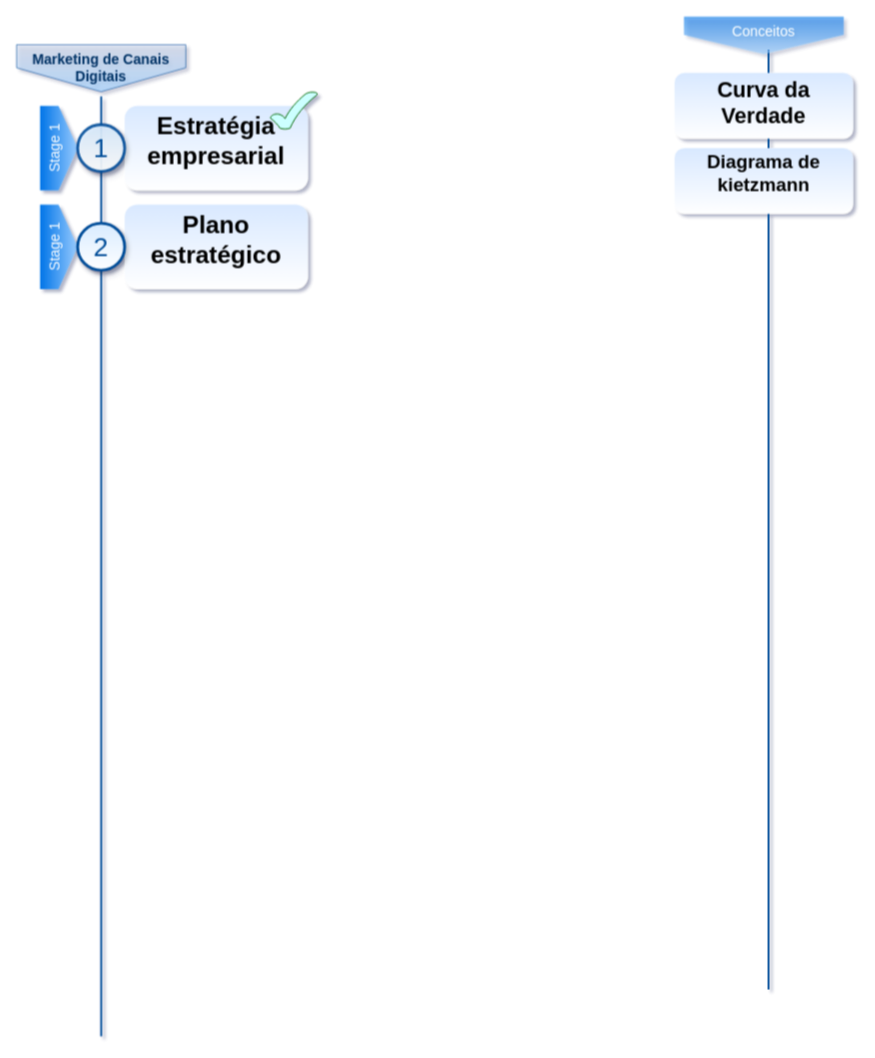
Before: diagramas/CurvaDaVerdade.drawio in BrunoMRTZ/labcx, a draw.io diagram. Source tidied: cells renumbered, new cells numbered last; positions are measured from the earlier drawing's top-left corner, leaving out a move shared by most shapes. Both pictures are drawn from the tidied source at 94%, with x=0, y=0 at pixel (-369, 16).
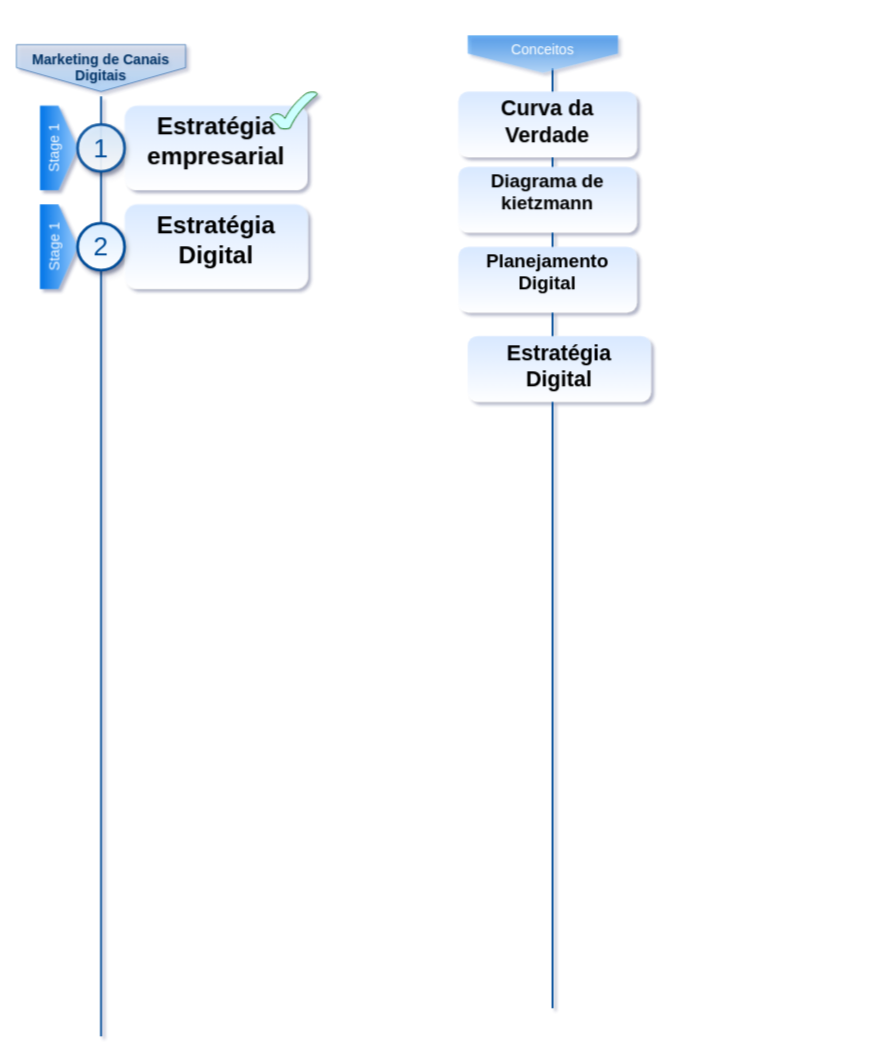
After the change.

The edit, as a diff of the source:
```diff
@@
 <mxGraphModel background="#ffffff" shadow="1">
   <root>
     <mxCell id="0" />
     <mxCell id="1" parent="0" />
     <mxCell id="2" style="line;strokeWidth=2;html=1;fillColor=none;fontSize=28;fontColor=#004D99;strokeColor=#004D99;rotation=90;" parent="1" vertex="1">
-      <mxGeometry x="710" y="530" width="1000" height="10" as="geometry" />
+      <mxGeometry x="480" y="550" width="1000" height="10" as="geometry" />
     </mxCell>
     <mxCell id="3" value="Stage 1" style="shape=offPageConnector;whiteSpace=wrap;html=1;fillColor=#0075E8;fontSize=15;fontColor=#FFFFFF;size=0.5093750000000015;verticalAlign=top;strokeColor=none;rotation=-90;gradientColor=#99CCFF;" parent="1" vertex="1">
       <mxGeometry x="410" y="120" width="90" height="40" as="geometry" />
     </mxCell>
     <mxCell id="4" value="&lt;h1&gt;Estratégia empresarial&lt;/h1&gt;" style="text;html=1;spacing=5;spacingTop=-20;whiteSpace=wrap;overflow=hidden;strokeColor=none;strokeWidth=3;fillColor=#D9E9FF;fontSize=13;fontColor=#000000;align=center;rounded=1;gradientColor=#FFFFFF;" parent="1" vertex="1">
       <mxGeometry x="525" y="95" width="195" height="90" as="geometry" />
     </mxCell>
     <mxCell id="5" value="&lt;font color=&quot;#003366&quot;&gt;&lt;b&gt;Marketing de Canais Digitais&lt;/b&gt;&lt;/font&gt;" style="shape=offPageConnector;whiteSpace=wrap;html=1;fillColor=#CCD4E8;fontSize=15;fontColor=#FFFFFF;size=0.5093750000000015;verticalAlign=top;strokeColor=#004C99;rotation=0;gradientColor=#99CCFF;opacity=60;" parent="1" vertex="1">
       <mxGeometry x="410" y="30" width="180" height="50" as="geometry" />
     </mxCell>
     <mxCell id="6" value="&lt;h1 style=&quot;font-size: 23px;&quot;&gt;&lt;font style=&quot;font-size: 23px;&quot;&gt;Curva da Verdade&lt;/font&gt;&lt;/h1&gt;" style="text;html=1;spacing=5;spacingTop=-20;whiteSpace=wrap;overflow=hidden;strokeColor=none;strokeWidth=3;fillColor=#D9E9FF;fontSize=23;fontColor=#000000;align=center;rounded=1;gradientColor=#FFFFFF;" parent="1" vertex="1">
-      <mxGeometry x="1110" y="60" width="190" height="70" as="geometry" />
+      <mxGeometry x="880" y="80" width="190" height="70" as="geometry" />
     </mxCell>
     <mxCell id="7" value="Conceitos" style="shape=offPageConnector;whiteSpace=wrap;html=1;fillColor=#0075E8;fontSize=15;fontColor=#FFFFFF;size=0.5093750000000015;verticalAlign=top;strokeColor=none;rotation=0;gradientColor=#99CCFF;opacity=60;" parent="1" vertex="1">
-      <mxGeometry x="1120" width="170" height="40" as="geometry" />
+      <mxGeometry x="890" y="20" width="160" height="40" as="geometry" />
     </mxCell>
     <mxCell id="8" value="&lt;h1 style=&quot;font-size: 20px;&quot;&gt;Diagrama de kietzmann&lt;br style=&quot;font-size: 20px;&quot;&gt;&lt;/h1&gt;" style="text;html=1;spacing=5;spacingTop=-20;whiteSpace=wrap;overflow=hidden;strokeColor=none;strokeWidth=3;fillColor=#D9E9FF;fontSize=20;fontColor=#000000;align=center;rounded=1;gradientColor=#FFFFFF;" parent="1" vertex="1">
-      <mxGeometry x="1110" y="140" width="190" height="70" as="geometry" />
+      <mxGeometry x="880" y="160" width="190" height="70" as="geometry" />
     </mxCell>
     <mxCell id="9" style="verticalLabelPosition=bottom;verticalAlign=top;html=1;shape=mxgraph.basic.tick;fillColor=#CCFFFF;strokeColor=#006600;gradientColor=none;" parent="1" vertex="1">
       <mxGeometry x="680" y="80" width="50" height="40" as="geometry" />
     </mxCell>
     <mxCell id="10" value="Stage 1" style="shape=offPageConnector;whiteSpace=wrap;html=1;fillColor=#0075E8;fontSize=15;fontColor=#FFFFFF;size=0.5093750000000015;verticalAlign=top;strokeColor=none;rotation=-90;gradientColor=#99CCFF;" parent="1" vertex="1">
       <mxGeometry x="410" y="225" width="90" height="40" as="geometry" />
     </mxCell>
-    <mxCell id="11" value="&lt;h1&gt;Plano estratégico&lt;/h1&gt;&lt;p&gt;&lt;br&gt;&lt;/p&gt;" style="text;html=1;spacing=5;spacingTop=-20;whiteSpace=wrap;overflow=hidden;strokeColor=none;strokeWidth=3;fillColor=#D9E9FF;fontSize=13;fontColor=#000000;align=center;rounded=1;gradientColor=#FFFFFF;" parent="1" vertex="1">
+    <mxCell id="11" value="&lt;h1&gt;Estratégia Digital&lt;/h1&gt;" style="text;html=1;spacing=5;spacingTop=-20;whiteSpace=wrap;overflow=hidden;strokeColor=none;strokeWidth=3;fillColor=#D9E9FF;fontSize=13;fontColor=#000000;align=center;rounded=1;gradientColor=#FFFFFF;" parent="1" vertex="1">
       <mxGeometry x="525" y="200" width="195" height="90" as="geometry" />
     </mxCell>
     <mxCell id="12" style="line;strokeWidth=2;html=1;fillColor=none;fontSize=28;fontColor=#004D99;strokeColor=#004D99;rotation=90;" parent="1" vertex="1">
       <mxGeometry y="580" width="1000" height="10" as="geometry" />
     </mxCell>
     <mxCell id="13" value="2" style="ellipse;whiteSpace=wrap;html=1;fillColor=#D9ECFF;fontSize=28;fontColor=#004D99;strokeWidth=3;strokeColor=#004D99;gradientColor=#FFFFFF;shadow=1;" parent="1" vertex="1">
       <mxGeometry x="475" y="220" width="50" height="50" as="geometry" />
     </mxCell>
     <mxCell id="14" value="1" style="ellipse;whiteSpace=wrap;html=1;fillColor=#D9ECFF;fontSize=28;fontColor=#004D99;strokeWidth=3;strokeColor=#004D99;gradientColor=#FFFFFF;shadow=1;opacity=90;" parent="1" vertex="1">
       <mxGeometry x="475" y="115" width="50" height="50" as="geometry" />
     </mxCell>
+    <mxCell id="15" value="&lt;h1 style=&quot;font-size: 20px;&quot;&gt;Planejamento Digital&lt;br style=&quot;font-size: 20px;&quot;&gt;&lt;/h1&gt;" style="text;html=1;spacing=5;spacingTop=-20;whiteSpace=wrap;overflow=hidden;strokeColor=none;strokeWidth=3;fillColor=#D9E9FF;fontSize=20;fontColor=#000000;align=center;rounded=1;gradientColor=#FFFFFF;" parent="1" vertex="1">
+      <mxGeometry x="880" y="245" width="190" height="70" as="geometry" />
+    </mxCell>
+    <mxCell id="16" value="&lt;h1 style=&quot;font-size: 23px;&quot;&gt;Estratégia Digital&lt;/h1&gt;" style="text;html=1;spacing=5;spacingTop=-20;whiteSpace=wrap;overflow=hidden;strokeColor=none;strokeWidth=3;fillColor=#D9E9FF;fontSize=23;fontColor=#000000;align=center;rounded=1;gradientColor=#FFFFFF;" parent="1" vertex="1">
+      <mxGeometry x="890" y="340" width="195" height="70" as="geometry" />
+    </mxCell>
   </root>
 </mxGraphModel>
```
